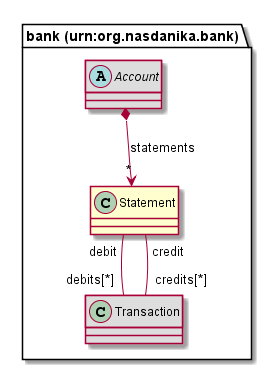
Above: org.nasdanika.bank.repository/src/site/resources/modeldoc/75726e3a6f72672e6e617364616e696b612e62616e6b/Statement.png in Nasdanika/bank (PlantUML), before the change.
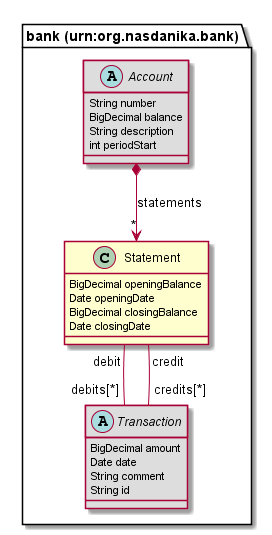
After the change.

Diff of the diagram source:
```diff
@@ -1,11 +1,23 @@
 @startuml
 class "bank (urn:org.nasdanika.bank).Statement" [[#router/doc-content/75726e3a6f72672e6e617364616e696b612e62616e6b/Statement.html{TODO}]] {
-}
-class "bank (urn:org.nasdanika.bank).Transaction" [[#router/doc-content/75726e3a6f72672e6e617364616e696b612e62616e6b/Transaction.html{TODO}]] #DDDDDD {
+	BigDecimal openingBalance
+	Date openingDate
+	BigDecimal closingBalance
+	Date closingDate
 }
 abstract class "bank (urn:org.nasdanika.bank).Account" [[#router/doc-content/75726e3a6f72672e6e617364616e696b612e62616e6b/Account.html{TODO}]] #DDDDDD {
+	String number
+	BigDecimal balance
+	String description
+	int periodStart
 }
+abstract class "bank (urn:org.nasdanika.bank).Transaction" [[#router/doc-content/75726e3a6f72672e6e617364616e696b612e62616e6b/Transaction.html{TODO}]] #DDDDDD {
+	BigDecimal amount
+	Date date
+	String comment
+	String id
+}
+"bank (urn:org.nasdanika.bank).Account" *--> "*" "bank (urn:org.nasdanika.bank).Statement" : statements
 "bank (urn:org.nasdanika.bank).Statement" "debit" -- "debits[*]" "bank (urn:org.nasdanika.bank).Transaction"
 "bank (urn:org.nasdanika.bank).Statement" "credit" -- "credits[*]" "bank (urn:org.nasdanika.bank).Transaction"
-"bank (urn:org.nasdanika.bank).Account" *--> "*" "bank (urn:org.nasdanika.bank).Statement" : statements
 @enduml
```
